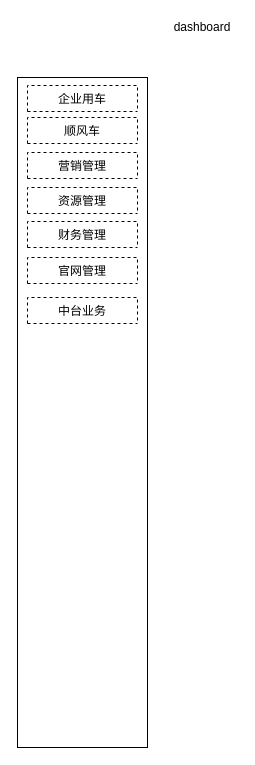
Above: micro-admin-menu.drawio in sfyr111/draw (draw.io), before the change. Source tidied: cells renumbered, new cells numbered last; positions are measured from the earlier drawing's top-left corner, leaving out a move shared by most shapes. Both pictures are drawn from the tidied source at 100%, with x=0, y=0 at pixel (17, 17).
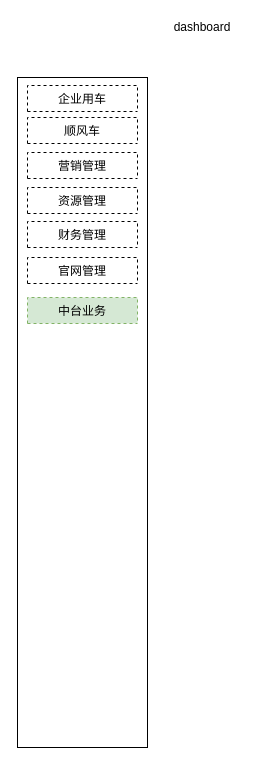
The same page after the edit.

Change to the diagram source:
```diff
@@
 <mxGraphModel background="#ffffff">
   <root>
     <mxCell id="0" />
     <mxCell id="1" parent="0" />
     <mxCell id="2" style="rounded=0;whiteSpace=wrap;html=1;" parent="1" vertex="1">
       <mxGeometry y="60" width="130" height="670" as="geometry" />
     </mxCell>
     <mxCell id="3" value="dashboard" style="text;html=1;strokeColor=none;fillColor=none;align=center;verticalAlign=middle;whiteSpace=wrap;rounded=0;" parent="1" vertex="1">
       <mxGeometry x="150" width="70" height="20" as="geometry" />
     </mxCell>
     <mxCell id="4" value="企业用车" style="swimlane;fontStyle=0;horizontal=1;startSize=26;fillColor=none;dashed=1;" parent="1" vertex="1" collapsed="1">
       <mxGeometry x="10" y="68" width="110" height="26" as="geometry" />
     </mxCell>
     <mxCell id="5" value="顺风车" style="swimlane;fontStyle=0;horizontal=1;startSize=26;fillColor=none;dashed=1;" parent="1" vertex="1" collapsed="1">
       <mxGeometry x="10" y="100" width="110" height="26" as="geometry" />
     </mxCell>
     <mxCell id="6" value="营销管理" style="swimlane;fontStyle=0;horizontal=1;startSize=26;fillColor=none;dashed=1;" parent="1" vertex="1" collapsed="1">
       <mxGeometry x="10" y="135" width="110" height="26" as="geometry" />
     </mxCell>
     <mxCell id="7" value="资源管理" style="swimlane;fontStyle=0;horizontal=1;startSize=26;fillColor=none;dashed=1;" parent="1" vertex="1" collapsed="1">
       <mxGeometry x="10" y="170" width="110" height="26" as="geometry" />
     </mxCell>
     <mxCell id="8" value="财务管理" style="swimlane;fontStyle=0;horizontal=1;startSize=26;fillColor=none;dashed=1;" parent="1" vertex="1" collapsed="1">
       <mxGeometry x="10" y="204" width="110" height="26" as="geometry" />
     </mxCell>
     <mxCell id="9" value="官网管理" style="swimlane;fontStyle=0;horizontal=1;startSize=26;fillColor=none;dashed=1;" parent="1" vertex="1" collapsed="1">
       <mxGeometry x="10" y="240" width="110" height="26" as="geometry" />
     </mxCell>
-    <mxCell id="10" value="中台业务" style="swimlane;fontStyle=0;horizontal=1;startSize=26;fillColor=none;dashed=1;" parent="1" vertex="1" collapsed="1">
+    <mxCell id="10" value="中台业务" style="swimlane;fontStyle=0;horizontal=1;startSize=26;fillColor=#d5e8d4;dashed=1;strokeColor=#82b366;" parent="1" vertex="1" collapsed="1">
       <mxGeometry x="10" y="280" width="110" height="26" as="geometry" />
     </mxCell>
   </root>
 </mxGraphModel>
```
